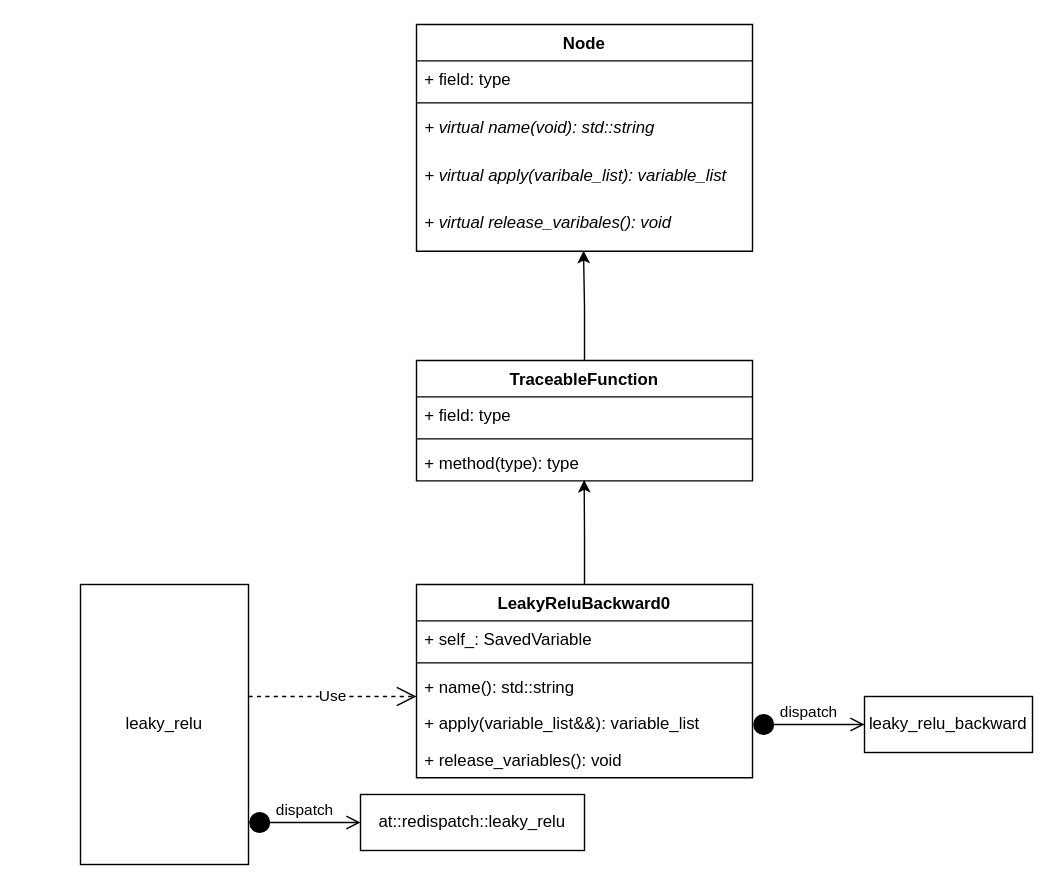
This is torch/backward.drawio from alanzhai219/dive_into_framework, a draw.io file, before an edit. Source tidied: cells renumbered, new cells numbered last; positions are measured from the earlier drawing's top-left corner, leaving out a move shared by most shapes. Both pictures are drawn from the tidied source at 140%, with x=0, y=0 at pixel (80, 24).
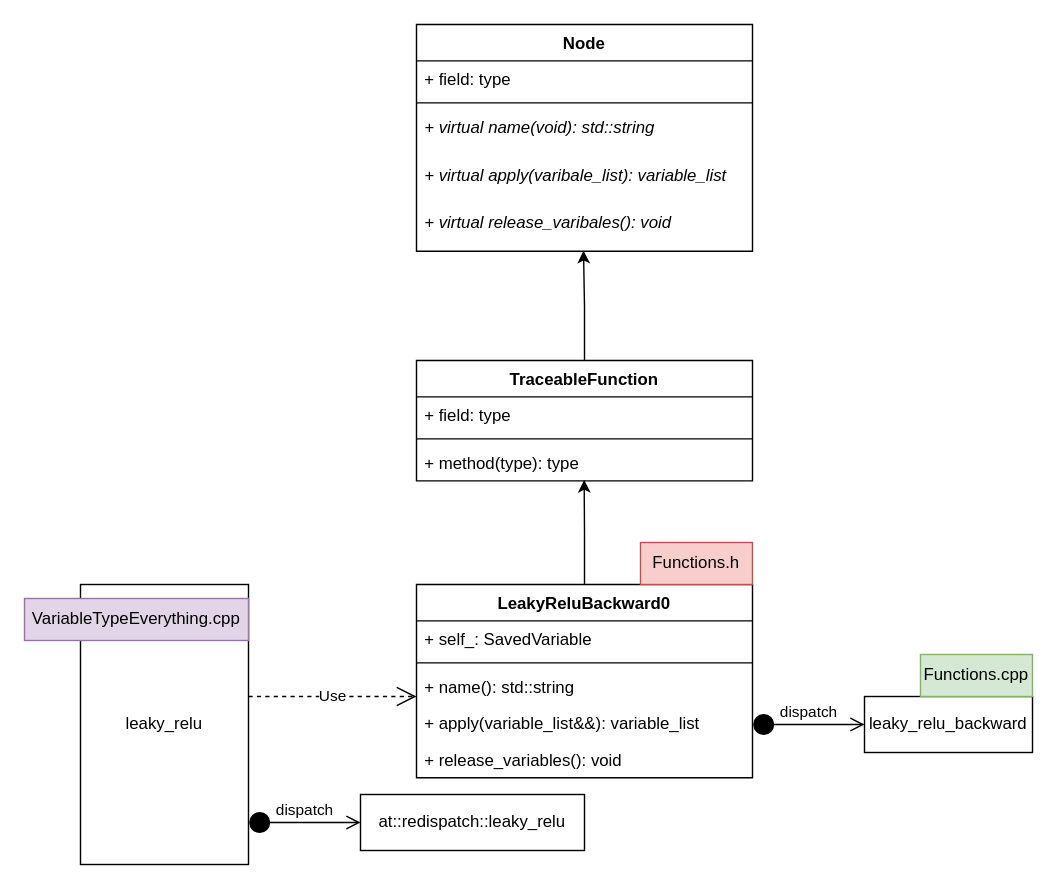
Above is the later version.

Change to the diagram source:
```diff
@@
+    <mxCell id="26" value="VariableTypeEverything.cpp" style="text;html=1;strokeColor=#9673a6;fillColor=#e1d5e7;align=center;verticalAlign=middle;whiteSpace=wrap;rounded=0;" parent="1" vertex="1">
+      <mxGeometry x="-40" y="410" width="160" height="30" as="geometry" />
+    </mxCell>
+    <mxCell id="27" value="Functions.h" style="text;html=1;strokeColor=#b85450;fillColor=#f8cecc;align=center;verticalAlign=middle;whiteSpace=wrap;rounded=0;" parent="1" vertex="1">
+      <mxGeometry x="400" y="370" width="80" height="30" as="geometry" />
+    </mxCell>
+    <mxCell id="28" value="Functions.cpp" style="text;html=1;strokeColor=#82b366;fillColor=#d5e8d4;align=center;verticalAlign=middle;whiteSpace=wrap;rounded=0;" parent="1" vertex="1">
+      <mxGeometry x="600" y="450" width="80" height="30" as="geometry" />
+    </mxCell>
```
